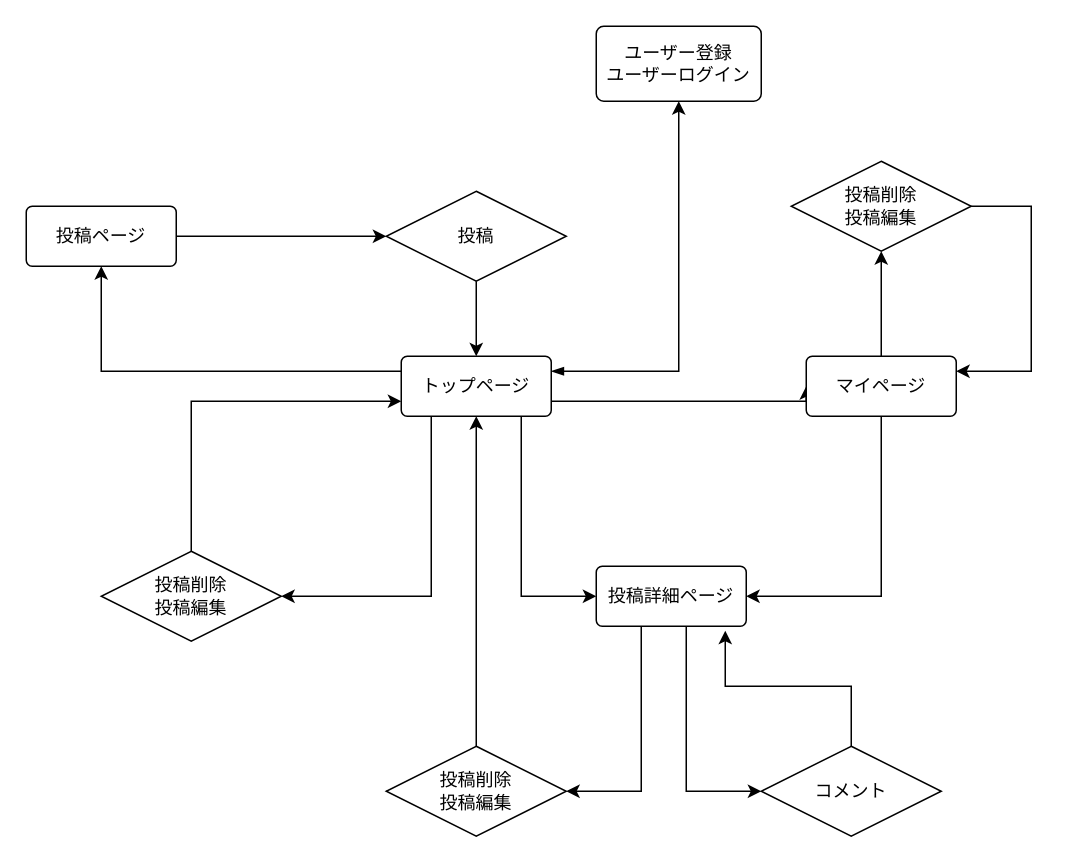
This is db/STdiagram.drawio from Tomoaki-git/FUTARIGOTO, a draw.io file, before an edit. Source tidied: cells renumbered, new cells numbered last; positions are measured from the earlier drawing's top-left corner, leaving out a move shared by most shapes. Both pictures are drawn from the tidied source at 150%, with x=0, y=0 at pixel (26, 26).
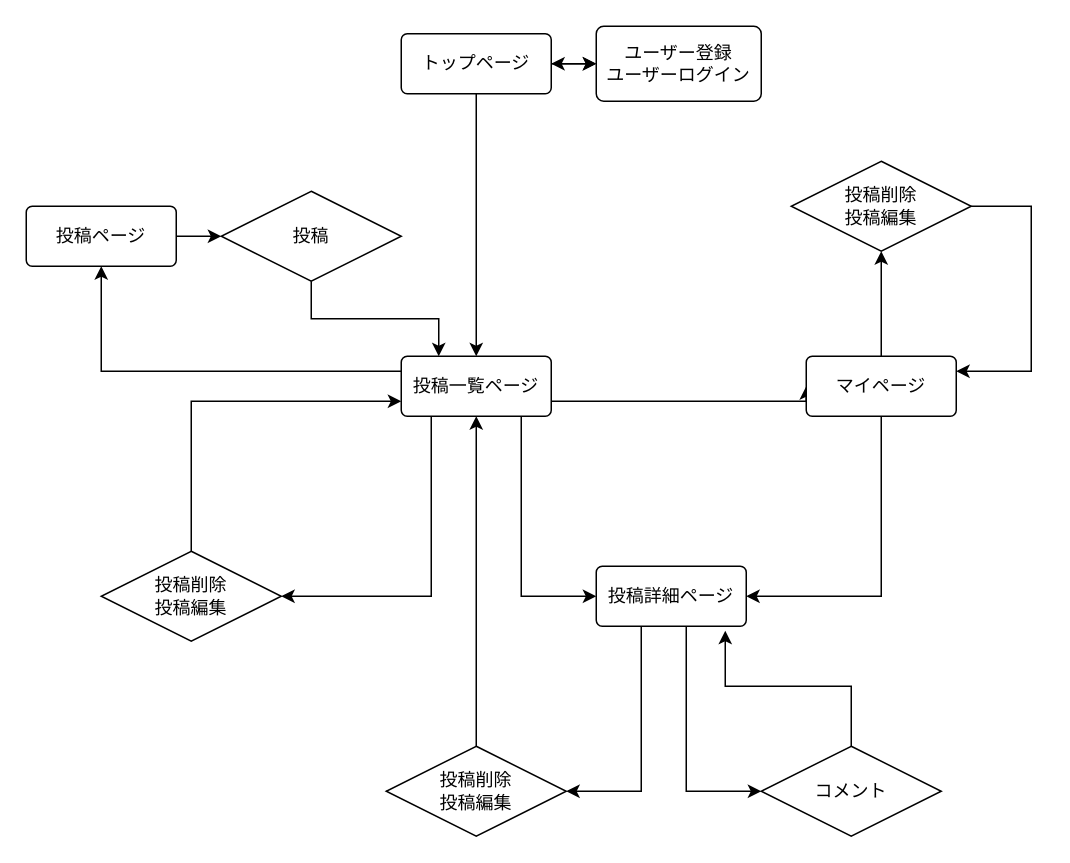
The same diagram, later.

The change refers to these unchanged cells:
```xml
<mxCell id="24" value="ユーザー登録&lt;br&gt;ユーザーログイン" style="rounded=1;arcSize=10;whiteSpace=wrap;html=1;align=center;" parent="1" vertex="1">
  <mxGeometry x="380" width="110" height="50" as="geometry" />
</mxCell>
```

The edit, as a diff of the source:
```diff
@@
-    <mxCell id="6" style="edgeStyle=orthogonalEdgeStyle;rounded=0;jettySize=auto;html=1;entryX=0.5;entryY=1;entryDx=0;entryDy=0;startArrow=blockThin;startFill=1;" parent="1" edge="1" source="7" target="24">
-      <mxGeometry relative="1" as="geometry">
-        <Array as="points">
-          <mxPoint x="435" y="230" />
-        </Array>
-      </mxGeometry>
-    </mxCell>
-    <mxCell id="7" value="トップページ" style="rounded=1;arcSize=10;whiteSpace=wrap;html=1;align=center;" parent="1" vertex="1">
+    <mxCell id="7" value="投稿一覧ページ" style="rounded=1;arcSize=10;whiteSpace=wrap;html=1;align=center;" parent="1" vertex="1">
       <mxGeometry x="250" y="220" width="100" height="40" as="geometry" />
     </mxCell>
@@
-    <mxCell id="13" style="edgeStyle=orthogonalEdgeStyle;rounded=0;jettySize=auto;html=1;entryX=0.5;entryY=0;entryDx=0;entryDy=0;" parent="1" edge="1" source="14" target="7">
+    <mxCell id="13" style="edgeStyle=orthogonalEdgeStyle;rounded=0;jettySize=auto;html=1;entryX=0.25;entryY=0;entryDx=0;entryDy=0;" parent="1" edge="1" source="14" target="7">
       <mxGeometry relative="1" as="geometry" />
     </mxCell>
     <mxCell id="14" value="投稿" style="shape=rhombus;perimeter=rhombusPerimeter;whiteSpace=wrap;html=1;align=center;" parent="1" vertex="1">
-      <mxGeometry x="240" y="110" width="120" height="60" as="geometry" />
+      <mxGeometry x="130" y="110" width="120" height="60" as="geometry" />
     </mxCell>
@@
+    <mxCell id="27" style="edgeStyle=orthogonalEdgeStyle;rounded=0;jettySize=auto;html=1;entryX=0;entryY=0.5;entryDx=0;entryDy=0;" parent="1" edge="1" source="30" target="24">
+      <mxGeometry relative="1" as="geometry" />
+    </mxCell>
+    <mxCell id="28" style="edgeStyle=orthogonalEdgeStyle;rounded=0;jettySize=auto;html=1;entryX=0.5;entryY=0;entryDx=0;entryDy=0;" parent="1" edge="1" source="30" target="7">
+      <mxGeometry relative="1" as="geometry" />
+    </mxCell>
+    <mxCell id="29" style="edgeStyle=orthogonalEdgeStyle;rounded=0;jettySize=auto;html=1;startArrow=classic;startFill=1;" parent="1" edge="1" source="30" target="24">
+      <mxGeometry relative="1" as="geometry" />
+    </mxCell>
+    <mxCell id="30" value="トップページ" style="rounded=1;arcSize=10;whiteSpace=wrap;html=1;align=center;" parent="1" vertex="1">
+      <mxGeometry x="250" y="5" width="100" height="40" as="geometry" />
+    </mxCell>
```
